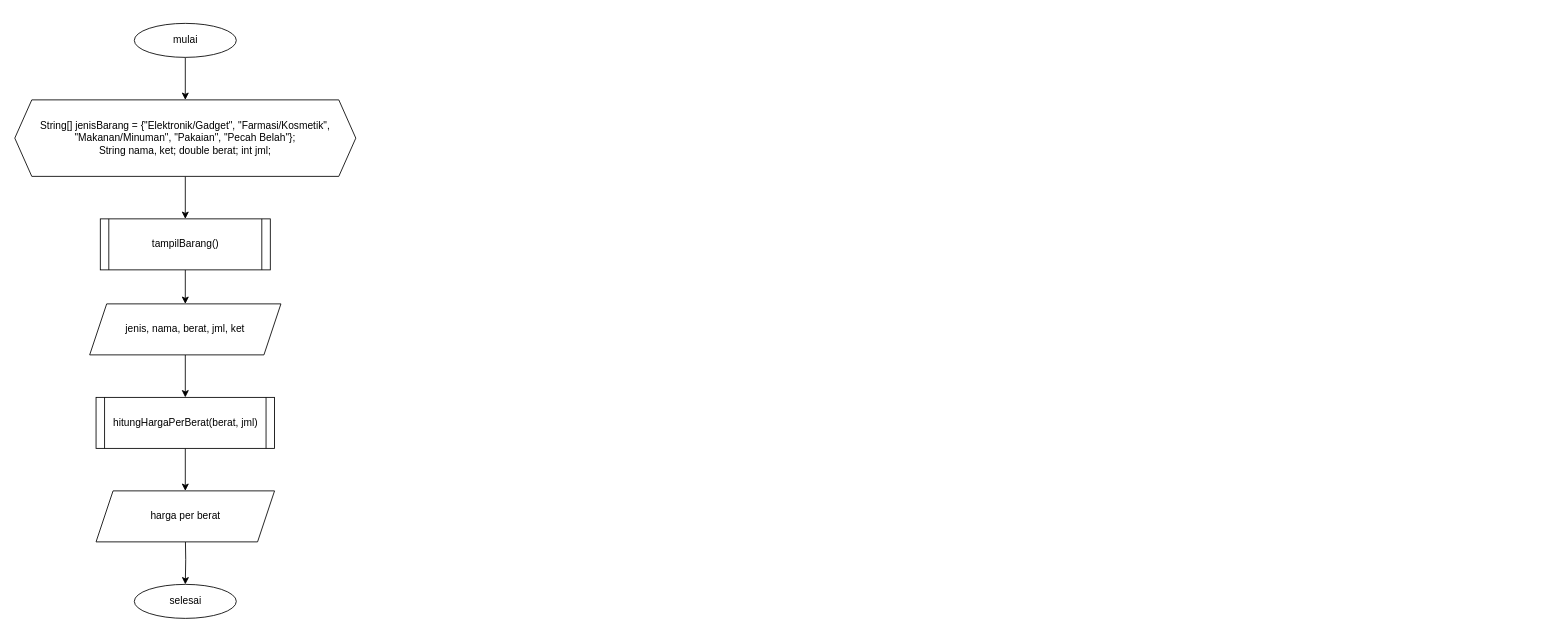
Earlier version of the draw.io diagram page "fitur" (1 of 4) of fiturBarang().drawio (Diaputr/tugas-besar). Source tidied: cells renumbered, new cells numbered last; positions are measured from the earlier drawing's top-left corner, leaving out a move shared by most shapes. Both pictures are drawn from the tidied source at 85%, with x=0, y=0 at pixel (14, 23).
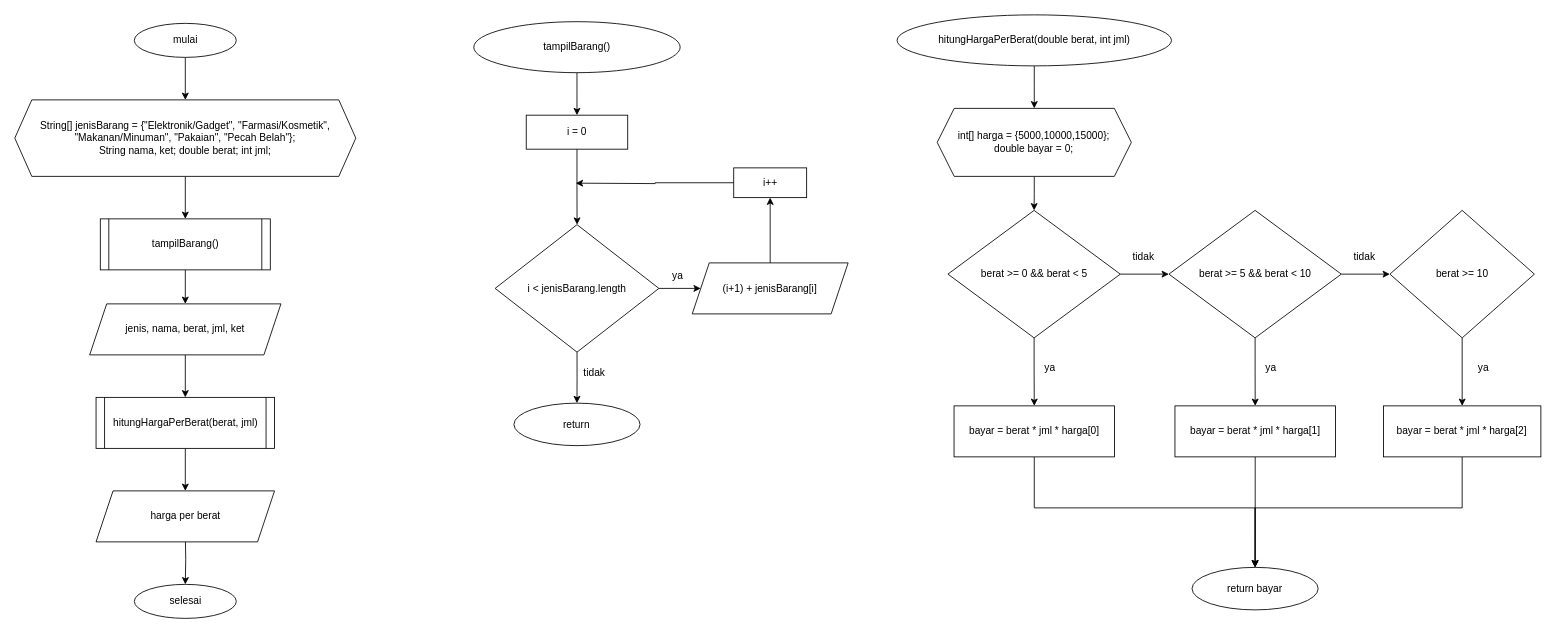
After the change.

Change to the diagram source:
```diff
@@
+    <mxCell id="15" style="edgeStyle=orthogonalEdgeStyle;rounded=0;jettySize=auto;html=1;" parent="1" edge="1" source="16" target="18">
+      <mxGeometry relative="1" as="geometry" />
+    </mxCell>
+    <mxCell id="16" value="tampilBarang()" style="ellipse;whiteSpace=wrap;html=1;" parent="1" vertex="1">
+      <mxGeometry x="539.9" y="-2" width="242.8" height="60" as="geometry" />
+    </mxCell>
+    <mxCell id="17" style="edgeStyle=orthogonalEdgeStyle;rounded=0;jettySize=auto;html=1;startArrow=none;exitX=0.5;exitY=1;exitDx=0;exitDy=0;" parent="1" edge="1" source="18" target="21">
+      <mxGeometry relative="1" as="geometry" />
+    </mxCell>
+    <mxCell id="18" value="i = 0" style="whiteSpace=wrap;html=1;" parent="1" vertex="1">
+      <mxGeometry x="601.6" y="108" width="119.4" height="40" as="geometry" />
+    </mxCell>
+    <mxCell id="19" style="edgeStyle=orthogonalEdgeStyle;rounded=0;jettySize=auto;html=1;" parent="1" edge="1" source="21" target="25">
+      <mxGeometry relative="1" as="geometry" />
+    </mxCell>
+    <mxCell id="20" style="edgeStyle=orthogonalEdgeStyle;rounded=0;jettySize=auto;html=1;exitX=0.5;exitY=1;exitDx=0;exitDy=0;entryX=0.5;entryY=0;entryDx=0;entryDy=0;" parent="1" edge="1" source="21" target="26">
+      <mxGeometry relative="1" as="geometry" />
+    </mxCell>
+    <mxCell id="21" value="i &amp;lt; jenisBarang.length" style="rhombus;whiteSpace=wrap;html=1;" parent="1" vertex="1">
+      <mxGeometry x="565" y="236.8" width="192.7" height="150" as="geometry" />
+    </mxCell>
+    <mxCell id="22" style="edgeStyle=orthogonalEdgeStyle;rounded=0;jettySize=auto;html=1;" parent="1" edge="1" source="23">
+      <mxGeometry relative="1" as="geometry">
+        <mxPoint x="659.9" y="188" as="targetPoint" />
+      </mxGeometry>
+    </mxCell>
+    <mxCell id="23" value="i++" style="whiteSpace=wrap;html=1;" parent="1" vertex="1">
+      <mxGeometry x="845.7" y="170" width="85.8" height="35" as="geometry" />
+    </mxCell>
+    <mxCell id="24" style="edgeStyle=orthogonalEdgeStyle;rounded=0;jettySize=auto;html=1;entryX=0.5;entryY=1;entryDx=0;entryDy=0;" parent="1" edge="1" source="25" target="23">
+      <mxGeometry relative="1" as="geometry" />
+    </mxCell>
+    <mxCell id="25" value="(i+1) + jenisBarang[i]" style="shape=parallelogram;perimeter=parallelogramPerimeter;whiteSpace=wrap;html=1;fixedSize=1;" parent="1" vertex="1">
+      <mxGeometry x="796.9" y="281.8" width="183.4" height="60" as="geometry" />
+    </mxCell>
+    <mxCell id="26" value="return" style="ellipse;whiteSpace=wrap;html=1;" parent="1" vertex="1">
+      <mxGeometry x="587.1" y="446.8" width="148.4" height="50" as="geometry" />
+    </mxCell>
+    <mxCell id="27" style="edgeStyle=orthogonalEdgeStyle;rounded=0;jettySize=auto;html=1;" parent="1" edge="1" source="28" target="32">
+      <mxGeometry relative="1" as="geometry" />
+    </mxCell>
+    <mxCell id="28" value="hitungHargaPerBerat(double berat, int jml)" style="ellipse;whiteSpace=wrap;html=1;" parent="1" vertex="1">
+      <mxGeometry x="1037.9" y="-10" width="322.8" height="60" as="geometry" />
+    </mxCell>
+    <mxCell id="29" style="edgeStyle=orthogonalEdgeStyle;rounded=0;jettySize=auto;html=1;" parent="1" edge="1" source="43" target="30">
+      <mxGeometry relative="1" as="geometry" />
+    </mxCell>
+    <mxCell id="30" value="return bayar" style="ellipse;whiteSpace=wrap;html=1;" parent="1" vertex="1">
+      <mxGeometry x="1384.9" y="640" width="148.4" height="50" as="geometry" />
+    </mxCell>
+    <mxCell id="31" style="edgeStyle=orthogonalEdgeStyle;rounded=0;jettySize=auto;html=1;" parent="1" edge="1" source="32" target="35">
+      <mxGeometry relative="1" as="geometry" />
+    </mxCell>
+    <mxCell id="32" value="int[] harga = {5000,10000,15000};&lt;br&gt;double bayar = 0;" style="shape=hexagon;perimeter=hexagonPerimeter2;whiteSpace=wrap;html=1;fixedSize=1;" parent="1" vertex="1">
+      <mxGeometry x="1085.1" y="100" width="228.4" height="80" as="geometry" />
+    </mxCell>
+    <mxCell id="33" style="edgeStyle=orthogonalEdgeStyle;rounded=0;jettySize=auto;html=1;exitX=1;exitY=0.5;exitDx=0;exitDy=0;entryX=0;entryY=0.5;entryDx=0;entryDy=0;" parent="1" edge="1" source="35" target="38">
+      <mxGeometry relative="1" as="geometry" />
+    </mxCell>
+    <mxCell id="34" style="edgeStyle=orthogonalEdgeStyle;rounded=0;jettySize=auto;html=1;" parent="1" edge="1" source="35" target="42">
+      <mxGeometry relative="1" as="geometry" />
+    </mxCell>
+    <mxCell id="35" value="berat &amp;gt;= 0 &amp;amp;&amp;amp; berat &amp;lt; 5" style="rhombus;whiteSpace=wrap;html=1;" parent="1" vertex="1">
+      <mxGeometry x="1097.7" y="220" width="202.8" height="150" as="geometry" />
+    </mxCell>
+    <mxCell id="36" style="edgeStyle=orthogonalEdgeStyle;rounded=0;jettySize=auto;html=1;exitX=1;exitY=0.5;exitDx=0;exitDy=0;entryX=0;entryY=0.5;entryDx=0;entryDy=0;" parent="1" edge="1" source="38" target="40">
+      <mxGeometry relative="1" as="geometry" />
+    </mxCell>
+    <mxCell id="37" style="edgeStyle=orthogonalEdgeStyle;rounded=0;jettySize=auto;html=1;" parent="1" edge="1" source="38" target="43">
+      <mxGeometry relative="1" as="geometry" />
+    </mxCell>
+    <mxCell id="38" value="berat &amp;gt;= 5 &amp;amp;&amp;amp; berat &amp;lt; 10" style="rhombus;whiteSpace=wrap;html=1;" parent="1" vertex="1">
+      <mxGeometry x="1357.7" y="220" width="202.8" height="150" as="geometry" />
+    </mxCell>
+    <mxCell id="39" style="edgeStyle=orthogonalEdgeStyle;rounded=0;jettySize=auto;html=1;" parent="1" edge="1" source="40" target="45">
+      <mxGeometry relative="1" as="geometry" />
+    </mxCell>
+    <mxCell id="40" value="berat &amp;gt;= 10" style="rhombus;whiteSpace=wrap;html=1;" parent="1" vertex="1">
+      <mxGeometry x="1617.7" y="220" width="170" height="150" as="geometry" />
+    </mxCell>
+    <mxCell id="41" style="edgeStyle=orthogonalEdgeStyle;rounded=0;jettySize=auto;html=1;exitX=0.5;exitY=1;exitDx=0;exitDy=0;entryX=0.5;entryY=0;entryDx=0;entryDy=0;" parent="1" edge="1" source="42" target="30">
+      <mxGeometry relative="1" as="geometry">
+        <Array as="points">
+          <mxPoint x="1198.9" y="570" />
+          <mxPoint x="1458.9" y="570" />
+        </Array>
+      </mxGeometry>
+    </mxCell>
+    <mxCell id="42" value="bayar = berat * jml * harga[0]" style="whiteSpace=wrap;html=1;" parent="1" vertex="1">
+      <mxGeometry x="1104.9" y="450" width="188.8" height="60" as="geometry" />
+    </mxCell>
+    <mxCell id="43" value="&lt;span&gt;bayar = berat * jml * harga[1]&lt;/span&gt;" style="whiteSpace=wrap;html=1;" parent="1" vertex="1">
+      <mxGeometry x="1364.8" y="450" width="188.8" height="60" as="geometry" />
+    </mxCell>
+    <mxCell id="44" style="edgeStyle=orthogonalEdgeStyle;rounded=0;jettySize=auto;html=1;exitX=0.5;exitY=1;exitDx=0;exitDy=0;entryX=0.5;entryY=0;entryDx=0;entryDy=0;" parent="1" edge="1" source="45" target="30">
+      <mxGeometry relative="1" as="geometry">
+        <Array as="points">
+          <mxPoint x="1702.9" y="570" />
+          <mxPoint x="1458.9" y="570" />
+        </Array>
+      </mxGeometry>
+    </mxCell>
+    <mxCell id="45" value="&lt;span&gt;bayar = berat * jml * harga[2]&lt;/span&gt;" style="whiteSpace=wrap;html=1;" parent="1" vertex="1">
+      <mxGeometry x="1610.1" y="450" width="185.2" height="60" as="geometry" />
+    </mxCell>
+    <mxCell id="46" value="ya" style="text;html=1;strokeColor=none;fillColor=none;align=center;verticalAlign=middle;whiteSpace=wrap;rounded=0;" parent="1" vertex="1">
+      <mxGeometry x="1187.9" y="390" width="60" height="30" as="geometry" />
+    </mxCell>
+    <mxCell id="47" value="ya" style="text;html=1;strokeColor=none;fillColor=none;align=center;verticalAlign=middle;whiteSpace=wrap;rounded=0;" parent="1" vertex="1">
+      <mxGeometry x="1447.9" y="390" width="60" height="30" as="geometry" />
+    </mxCell>
+    <mxCell id="48" value="ya" style="text;html=1;strokeColor=none;fillColor=none;align=center;verticalAlign=middle;whiteSpace=wrap;rounded=0;" parent="1" vertex="1">
+      <mxGeometry x="1697.9" y="390" width="60" height="30" as="geometry" />
+    </mxCell>
+    <mxCell id="49" value="tidak" style="text;html=1;strokeColor=none;fillColor=none;align=center;verticalAlign=middle;whiteSpace=wrap;rounded=0;" parent="1" vertex="1">
+      <mxGeometry x="1297.7" y="260" width="60" height="30" as="geometry" />
+    </mxCell>
+    <mxCell id="50" value="tidak" style="text;html=1;strokeColor=none;fillColor=none;align=center;verticalAlign=middle;whiteSpace=wrap;rounded=0;" parent="1" vertex="1">
+      <mxGeometry x="1557.7" y="260" width="60" height="30" as="geometry" />
+    </mxCell>
+    <mxCell id="51" value="tidak" style="text;html=1;strokeColor=none;fillColor=none;align=center;verticalAlign=middle;whiteSpace=wrap;rounded=0;" parent="1" vertex="1">
+      <mxGeometry x="651.9" y="395.8" width="60" height="30" as="geometry" />
+    </mxCell>
+    <mxCell id="52" value="ya" style="text;html=1;strokeColor=none;fillColor=none;align=center;verticalAlign=middle;whiteSpace=wrap;rounded=0;" parent="1" vertex="1">
+      <mxGeometry x="749.6" y="281.8" width="60" height="30" as="geometry" />
+    </mxCell>
```
